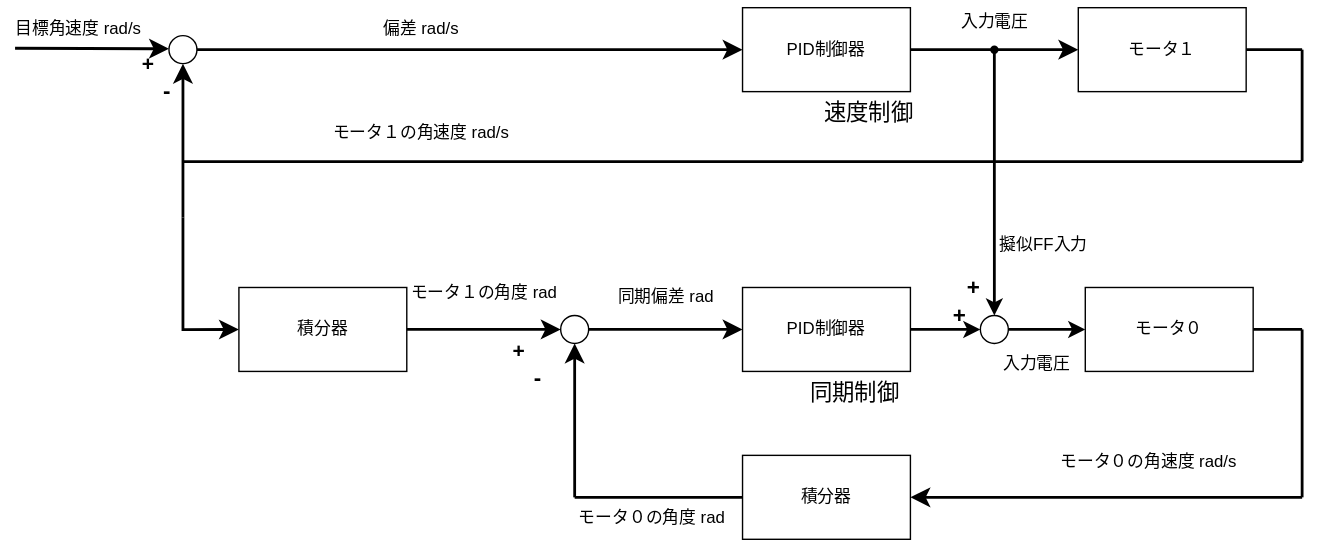
The draw.io diagram Program/main_tomix/SystemIdentificationData/BlockDiagram/TDoFC.svg in CharHanMaker/CharHanMaker, before a commit. Source tidied: cells renumbered, new cells last; positions are measured from the earlier drawing's top-left corner, leaving out a move shared by most shapes.
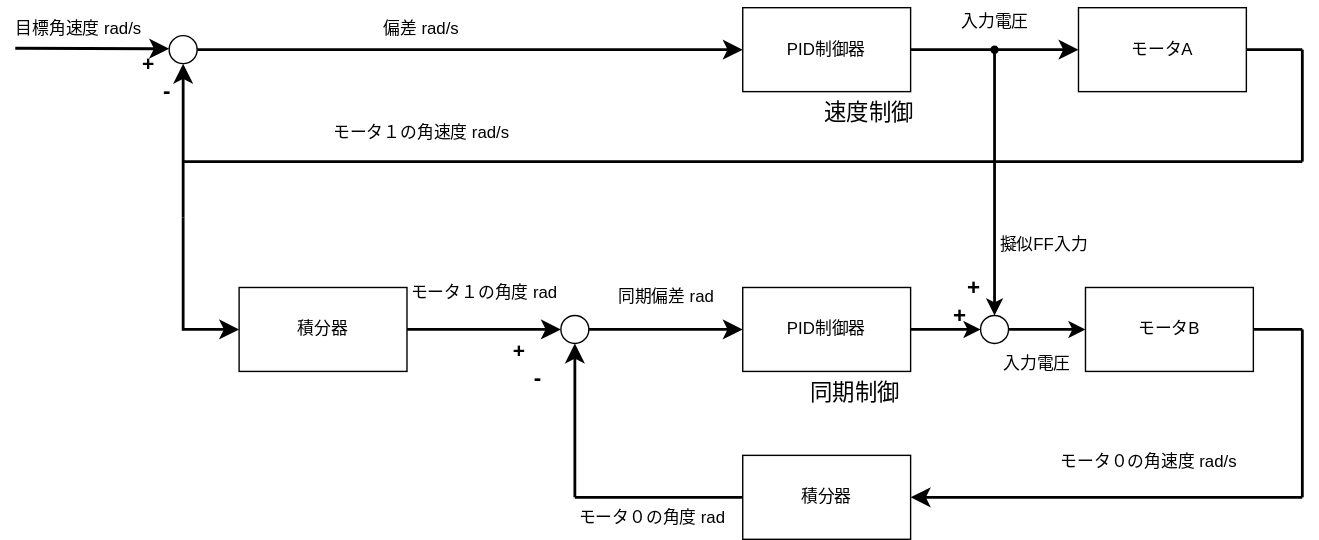
The same diagram one commit later.

The edit, as a diff of the source:
```diff
@@ -23,7 +23,7 @@
     <mxCell id="7" value="偏差 rad/s" style="text;html=1;align=center;verticalAlign=middle;strokeColor=none;fillColor=none;" parent="1" vertex="1">
       <mxGeometry x="260" y="5" width="80" height="30" as="geometry" />
     </mxCell>
-    <mxCell id="8" value="モータ１" style="rounded=0;whiteSpace=wrap;html=1;" parent="1" vertex="1">
+    <mxCell id="8" value="モータA" style="rounded=0;whiteSpace=wrap;html=1;" parent="1" vertex="1">
       <mxGeometry x="770" y="5" width="120" height="60" as="geometry" />
     </mxCell>
     <mxCell id="9" style="endArrow=none;html=1;strokeWidth=2;startSize=6;endSize=8;exitX=1;exitY=0.5;exitDx=0;exitDy=0;" parent="1" edge="1" source="8">
@@ -118,7 +118,7 @@
         <mxPoint x="860" y="235" as="sourcePoint" />
       </mxGeometry>
     </mxCell>
-    <mxCell id="30" value="モータ０" style="rounded=0;whiteSpace=wrap;html=1;" parent="1" vertex="1">
+    <mxCell id="30" value="モータB" style="rounded=0;whiteSpace=wrap;html=1;" parent="1" vertex="1">
       <mxGeometry x="775" y="205" width="120" height="60" as="geometry" />
     </mxCell>
     <mxCell id="31" value="&lt;b&gt;&lt;font style=&quot;font-size: 15px;&quot;&gt;+&lt;/font&gt;&lt;br&gt;&lt;span style=&quot;white-space: pre;&quot;&gt;&#9;&lt;/span&gt;&lt;font style=&quot;font-size: 16px;&quot;&gt;-&lt;/font&gt;&lt;/b&gt;" style="text;html=1;align=center;verticalAlign=middle;strokeColor=none;fillColor=none;" parent="1" vertex="1">
```
